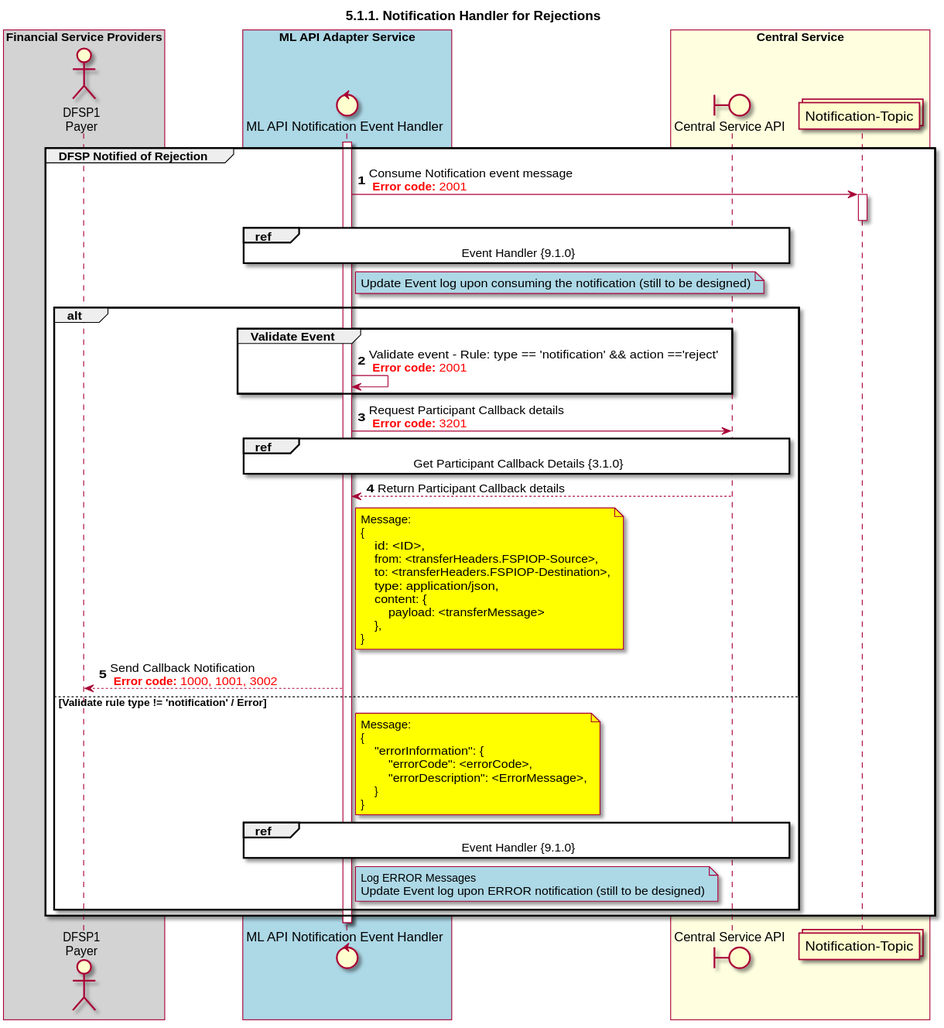
Before: CentralServices/seq_diagrams/seq-notification-reject-5.1.1.svg, a diagram exported from PlantUML (HenkKodde/docs).
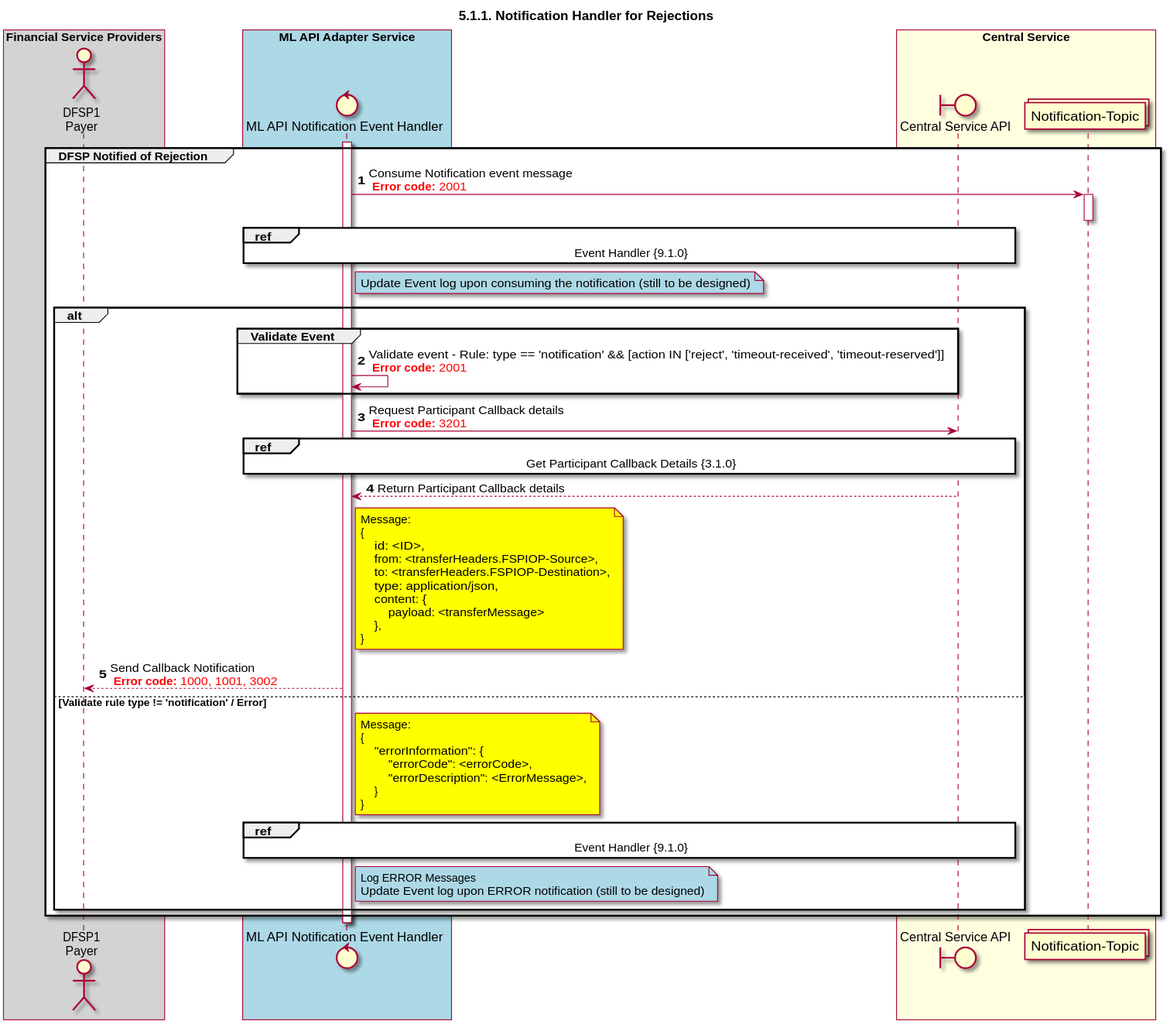
After the change.

Commit message:
Included rejections for 'timeout' events as per request from Miguel.

Change to the diagram source:
```diff
@@ -35,7 +35,7 @@
 
         alt
         group Validate Event
-            NOTIFY_HANDLER <-> NOTIFY_HANDLER: Validate event - Rule: type == 'notification' && action =='reject' \n <color #FF0000><b>Error code:</b> 2001 </color>
+            NOTIFY_HANDLER <-> NOTIFY_HANDLER: Validate event - Rule: type == 'notification' && [action IN ['reject', 'timeout-received', 'timeout-reserved']] \n <color #FF0000><b>Error code:</b> 2001 </color>
         end
         NOTIFY_HANDLER -> CSAPI: Request Participant Callback details \n <color #FF0000><b>Error code:</b> 3201 </color>
         ref over NOTIFY_HANDLER, CSAPI: Get Participant Callback Details {3.1.0}
```
